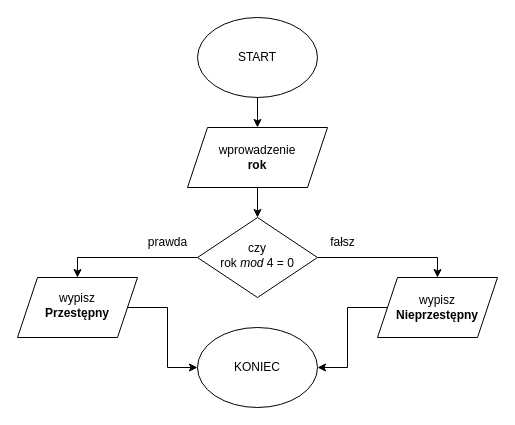
maciejwaloszczyk/drawio keeps this draw.io diagram as z1.drawio. Above is the earlier version. Source tidied: cells renumbered, new cells numbered last; positions are measured from the earlier drawing's top-left corner, leaving out a move shared by most shapes. Both pictures are drawn from the tidied source at 100%, with x=0, y=0 at pixel (17, 17).
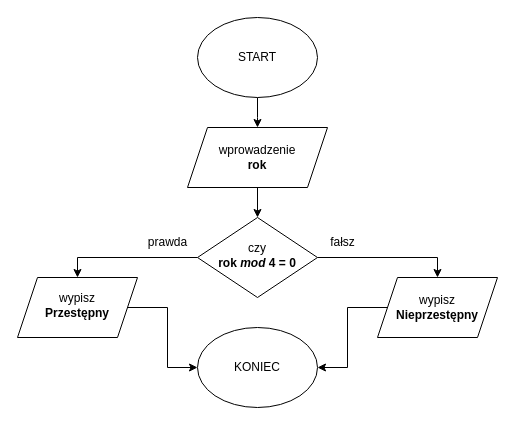
The same page after the edit.

Diff of the diagram source:
```diff
@@
 <mxGraphModel>
   <root>
     <mxCell id="0" />
     <mxCell id="1" parent="0" />
     <mxCell id="2" value="wprowadzenie&lt;div&gt;&lt;b&gt;rok&lt;/b&gt;&lt;/div&gt;" style="shape=parallelogram;perimeter=parallelogramPerimeter;whiteSpace=wrap;html=1;fixedSize=1;" parent="1" vertex="1">
       <mxGeometry x="170" y="110" width="140" height="60" as="geometry" />
     </mxCell>
     <mxCell id="3" style="edgeStyle=orthogonalEdgeStyle;rounded=0;jettySize=auto;html=1;entryX=0.5;entryY=0;entryDx=0;entryDy=0;" parent="1" edge="1" source="5" target="10">
       <mxGeometry relative="1" as="geometry" />
     </mxCell>
     <mxCell id="4" style="edgeStyle=orthogonalEdgeStyle;rounded=0;jettySize=auto;html=1;entryX=0.5;entryY=0;entryDx=0;entryDy=0;" parent="1" edge="1" source="5" target="12">
       <mxGeometry relative="1" as="geometry" />
     </mxCell>
-    <mxCell id="5" value="czy&lt;div&gt;rok &lt;i&gt;mod&lt;/i&gt;&amp;nbsp;4 = 0&lt;/div&gt;" style="rhombus;whiteSpace=wrap;html=1;shadow=0;fontFamily=Helvetica;fontSize=12;align=center;strokeWidth=1;spacing=6;spacingTop=-4;" parent="1" vertex="1">
+    <mxCell id="5" value="czy&lt;div&gt;&lt;b&gt;rok &lt;i&gt;mod&lt;/i&gt;&amp;nbsp;4 = 0&lt;/b&gt;&lt;/div&gt;" style="rhombus;whiteSpace=wrap;html=1;shadow=0;fontFamily=Helvetica;fontSize=12;align=center;strokeWidth=1;spacing=6;spacingTop=-4;" parent="1" vertex="1">
       <mxGeometry x="180" y="200" width="120" height="80" as="geometry" />
     </mxCell>
     <mxCell id="6" style="edgeStyle=orthogonalEdgeStyle;rounded=0;jettySize=auto;html=1;" parent="1" edge="1" source="7">
       <mxGeometry relative="1" as="geometry">
         <mxPoint x="240" y="110" as="targetPoint" />
       </mxGeometry>
     </mxCell>
     <mxCell id="7" value="START" style="ellipse;whiteSpace=wrap;html=1;" parent="1" vertex="1">
       <mxGeometry x="180" width="120" height="80" as="geometry" />
     </mxCell>
     <mxCell id="8" style="edgeStyle=orthogonalEdgeStyle;rounded=0;jettySize=auto;html=1;" parent="1" edge="1" source="2" target="5">
       <mxGeometry relative="1" as="geometry" />
     </mxCell>
     <mxCell id="9" style="edgeStyle=orthogonalEdgeStyle;rounded=0;jettySize=auto;html=1;" parent="1" edge="1" source="10" target="13">
       <mxGeometry relative="1" as="geometry" />
     </mxCell>
     <mxCell id="10" value="wypisz&lt;div&gt;&lt;b&gt;Nieprzestępny&lt;/b&gt;&lt;/div&gt;" style="shape=parallelogram;perimeter=parallelogramPerimeter;whiteSpace=wrap;html=1;fixedSize=1;" parent="1" vertex="1">
       <mxGeometry x="360" y="260" width="120" height="60" as="geometry" />
     </mxCell>
     <mxCell id="11" style="edgeStyle=orthogonalEdgeStyle;rounded=0;jettySize=auto;html=1;" parent="1" edge="1" source="12" target="13">
       <mxGeometry relative="1" as="geometry" />
     </mxCell>
     <mxCell id="12" value="wypisz&lt;div&gt;&lt;b&gt;Przestępny&lt;/b&gt;&lt;/div&gt;" style="shape=parallelogram;perimeter=parallelogramPerimeter;whiteSpace=wrap;html=1;fixedSize=1;shadow=0;strokeWidth=1;spacing=6;spacingTop=-4;" parent="1" vertex="1">
       <mxGeometry y="260" width="120" height="60" as="geometry" />
     </mxCell>
     <mxCell id="13" value="KONIEC" style="ellipse;whiteSpace=wrap;html=1;" parent="1" vertex="1">
       <mxGeometry x="180" y="310" width="120" height="80" as="geometry" />
     </mxCell>
     <mxCell id="14" value="prawda" style="text;html=1;align=center;verticalAlign=middle;strokeColor=none;fillColor=none;" parent="1" vertex="1">
       <mxGeometry x="120" y="210" width="60" height="30" as="geometry" />
     </mxCell>
     <mxCell id="15" value="fałsz" style="text;html=1;align=center;verticalAlign=middle;strokeColor=none;fillColor=none;" parent="1" vertex="1">
       <mxGeometry x="300" y="210" width="50" height="30" as="geometry" />
     </mxCell>
   </root>
 </mxGraphModel>
```
